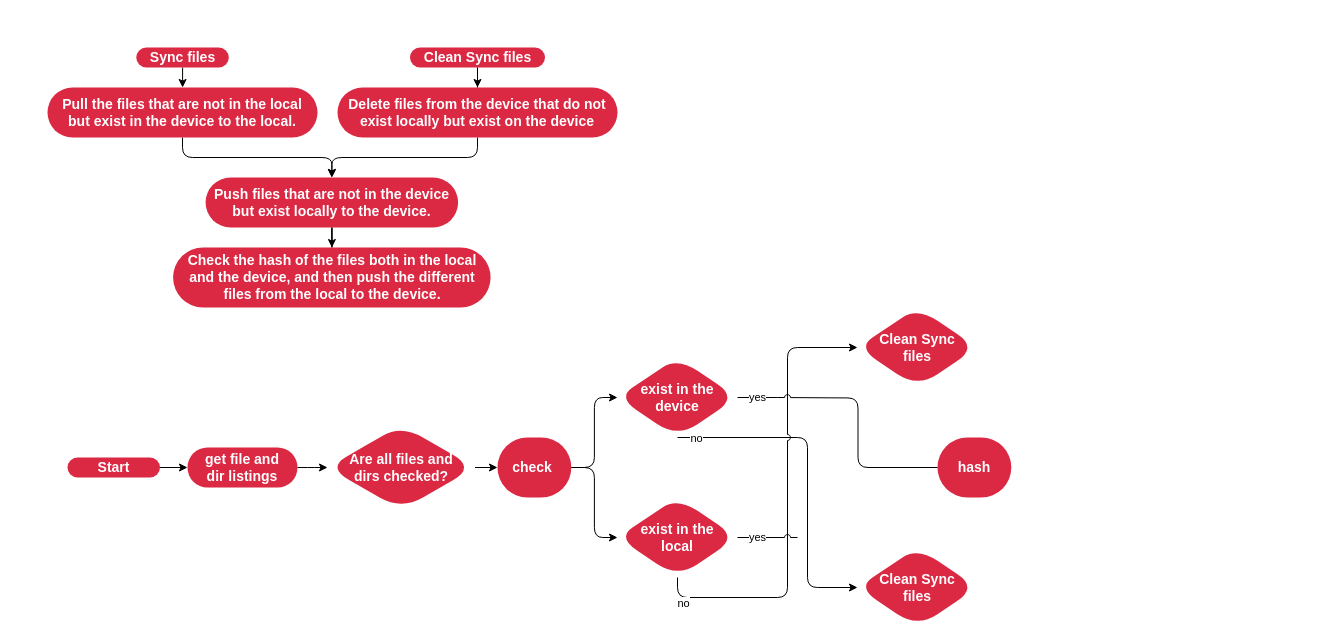
This is page "flowchart_sync_files" (4 of 5) of mpbridge.drawio from Wind-stormger/mpbridge-drawio, a draw.io file, before an edit. Source tidied: cells renumbered, new cells numbered last; positions are measured from the earlier drawing's top-left corner, leaving out a move shared by most shapes. Both pictures are drawn from the tidied source at 100%, with x=0, y=0 at pixel (47, 47).
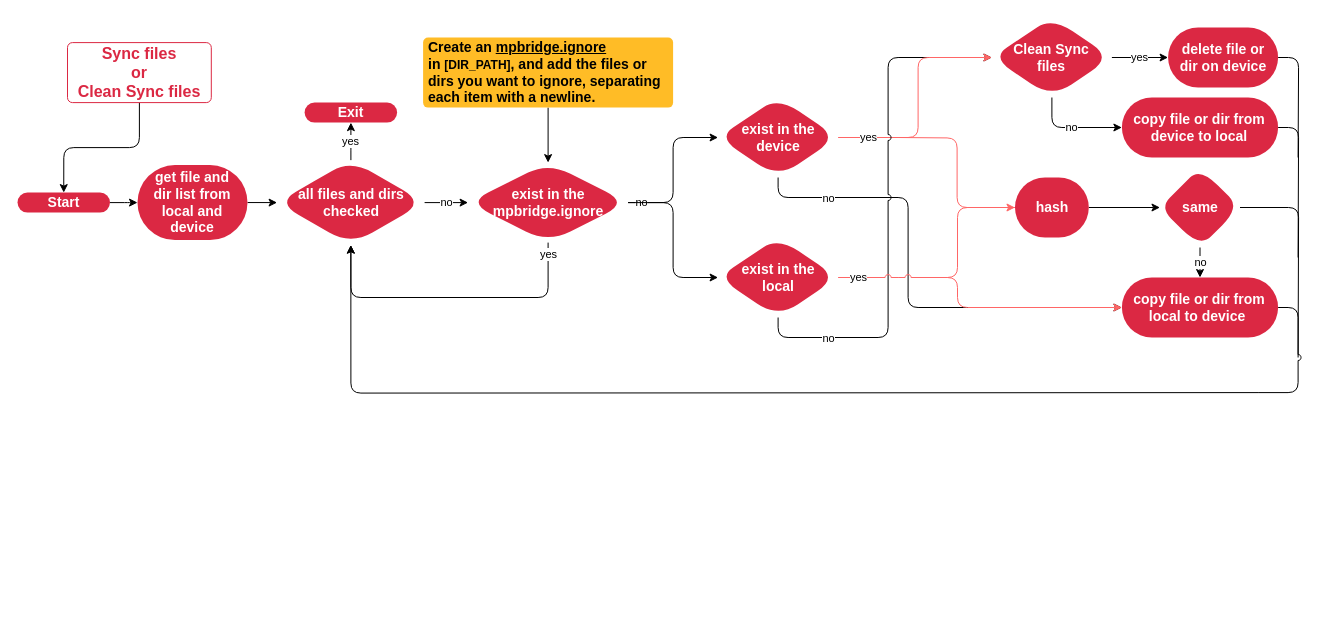
The same diagram, later.

Change to the diagram source:
```diff
@@
-    <mxCell id="2" style="edgeStyle=orthogonalEdgeStyle;rounded=0;jettySize=auto;html=1;fontColor=#000000;" parent="1" edge="1" source="3" target="7">
-      <mxGeometry relative="1" as="geometry" />
-    </mxCell>
-    <mxCell id="3" value="Sync files" style="rounded=1;whiteSpace=wrap;html=1;arcSize=50;strokeColor=none;strokeWidth=1;fillColor=#DB2843;fontColor=#FFFFFF;whiteSpace=wrap;align=center;verticalAlign=middle;spacingLeft=0;fontStyle=1;fontSize=14;spacing=10;fillStyle=auto;" parent="1" vertex="1">
-      <mxGeometry x="88.8" width="92.5" height="20" as="geometry" />
-    </mxCell>
-    <mxCell id="4" style="edgeStyle=orthogonalEdgeStyle;rounded=0;jettySize=auto;html=1;fontColor=#000000;" parent="1" edge="1" source="5" target="9">
-      <mxGeometry relative="1" as="geometry" />
-    </mxCell>
-    <mxCell id="5" value="Clean Sync files" style="whiteSpace=wrap;html=1;fontSize=14;fillColor=#DB2843;strokeColor=none;fontColor=#FFFFFF;rounded=1;arcSize=50;strokeWidth=1;spacingLeft=0;fontStyle=1;spacing=10;fillStyle=auto;" parent="1" vertex="1">
-      <mxGeometry x="362.5" width="135" height="20" as="geometry" />
-    </mxCell>
-    <mxCell id="6" style="edgeStyle=orthogonalEdgeStyle;rounded=1;jettySize=auto;html=1;exitX=0.5;exitY=1;exitDx=0;exitDy=0;entryX=0.5;entryY=0;entryDx=0;entryDy=0;fontColor=#000000;" parent="1" edge="1" source="7" target="11">
-      <mxGeometry relative="1" as="geometry" />
-    </mxCell>
-    <mxCell id="7" value="Pull the files that are not in the local but exist in the device to the local." style="whiteSpace=wrap;html=1;fontSize=14;fillColor=#db2843;strokeColor=none;fontColor=#FFFFFF;rounded=1;arcSize=50;strokeWidth=1;spacingLeft=0;fontStyle=1;spacing=10;fillStyle=auto;" parent="1" vertex="1">
-      <mxGeometry y="40" width="270" height="50" as="geometry" />
-    </mxCell>
-    <mxCell id="8" style="edgeStyle=orthogonalEdgeStyle;rounded=1;jettySize=auto;html=1;exitX=0.5;exitY=1;exitDx=0;exitDy=0;entryX=0.5;entryY=0;entryDx=0;entryDy=0;fontColor=#000000;" parent="1" edge="1" source="9" target="11">
-      <mxGeometry relative="1" as="geometry" />
-    </mxCell>
-    <mxCell id="9" value="Delete files from the device that do not exist locally but exist on the device" style="whiteSpace=wrap;html=1;fontSize=14;fillColor=#db2843;strokeColor=none;fontColor=#FFFFFF;rounded=1;arcSize=50;strokeWidth=1;spacingLeft=0;fontStyle=1;spacing=10;fillStyle=auto;" parent="1" vertex="1">
-      <mxGeometry x="290" y="40" width="280" height="50" as="geometry" />
-    </mxCell>
-    <mxCell id="10" style="edgeStyle=orthogonalEdgeStyle;rounded=0;jettySize=auto;html=1;fontColor=#000000;" parent="1" edge="1" source="11" target="12">
-      <mxGeometry relative="1" as="geometry" />
-    </mxCell>
-    <mxCell id="11" value="Push files that are not in the device but exist locally to the device." style="whiteSpace=wrap;html=1;fontSize=14;fillColor=#db2843;strokeColor=none;fontColor=#FFFFFF;rounded=1;arcSize=50;strokeWidth=1;spacingLeft=0;fontStyle=1;spacing=10;fillStyle=auto;" parent="1" vertex="1">
-      <mxGeometry x="158.1" y="130" width="252.5" height="50" as="geometry" />
-    </mxCell>
-    <mxCell id="12" value="Check the hash of the files both in the local and the device,&amp;nbsp;and then push the different files from the local to the device." style="whiteSpace=wrap;html=1;fontSize=14;fillColor=#db2843;strokeColor=none;fontColor=#FFFFFF;rounded=1;arcSize=50;strokeWidth=1;spacingLeft=0;fontStyle=1;spacing=10;fillStyle=auto;" parent="1" vertex="1">
-      <mxGeometry x="125.6" y="200" width="317.5" height="60" as="geometry" />
-    </mxCell>
@@
     <mxCell id="14" value="Start" style="rounded=1;whiteSpace=wrap;html=1;arcSize=50;strokeColor=none;strokeWidth=1;fillColor=#DB2843;fontColor=#FFFFFF;whiteSpace=wrap;align=center;verticalAlign=middle;spacingLeft=0;fontStyle=1;fontSize=14;spacing=10;fillStyle=auto;" parent="1" vertex="1">
-      <mxGeometry x="20" y="410" width="92.5" height="20" as="geometry" />
+      <mxGeometry x="-30" y="145.1" width="92.5" height="20" as="geometry" />
     </mxCell>
-    <mxCell id="15" style="edgeStyle=orthogonalEdgeStyle;rounded=1;jettySize=auto;html=1;" parent="1" edge="1" source="16" target="29">
+    <mxCell id="15" style="edgeStyle=orthogonalEdgeStyle;rounded=1;jumpStyle=arc;jettySize=auto;html=1;exitX=1;exitY=0.5;exitDx=0;exitDy=0;entryX=0;entryY=0.5;entryDx=0;entryDy=0;strokeColor=#000000;endArrow=classic;endFill=1;" parent="1" edge="1" source="16" target="29">
       <mxGeometry relative="1" as="geometry" />
     </mxCell>
-    <mxCell id="16" value="get file and dir listings" style="whiteSpace=wrap;html=1;fontSize=14;fillColor=#DB2843;strokeColor=none;fontColor=#FFFFFF;rounded=1;arcSize=50;strokeWidth=1;spacingLeft=0;fontStyle=1;spacing=10;fillStyle=auto;" parent="1" vertex="1">
-      <mxGeometry x="140" y="400" width="110" height="40" as="geometry" />
+    <mxCell id="16" value="get file and dir list from local and&lt;br&gt;device" style="whiteSpace=wrap;html=1;fontSize=14;fillColor=#DB2843;strokeColor=none;fontColor=#FFFFFF;rounded=1;arcSize=50;strokeWidth=1;spacingLeft=0;fontStyle=1;spacing=10;fillStyle=auto;" parent="1" vertex="1">
+      <mxGeometry x="90" y="117.6" width="110" height="74.9" as="geometry" />
     </mxCell>
+    <mxCell id="34" value="yes" style="edgeStyle=orthogonalEdgeStyle;rounded=1;jumpStyle=arc;jettySize=auto;html=1;strokeColor=#000000;endArrow=classic;endFill=1;" parent="1" edge="1" source="17" target="41">
+      <mxGeometry relative="1" as="geometry" />
+    </mxCell>
+    <mxCell id="35" value="no" style="edgeStyle=orthogonalEdgeStyle;rounded=1;jumpStyle=arc;jettySize=auto;html=1;exitX=0.5;exitY=1;exitDx=0;exitDy=0;entryX=0;entryY=0.5;entryDx=0;entryDy=0;strokeColor=#000000;endArrow=classic;endFill=1;" parent="1" edge="1" source="17" target="43">
+      <mxGeometry relative="1" as="geometry" />
+    </mxCell>
     <mxCell id="17" value="Clean Sync files" style="rhombus;whiteSpace=wrap;html=1;fontSize=14;fillColor=#DB2843;strokeColor=none;fontColor=#FFFFFF;rounded=1;arcSize=50;strokeWidth=1;spacingLeft=0;fontStyle=1;spacing=10;fillStyle=auto;" parent="1" vertex="1">
-      <mxGeometry x="810" y="260" width="120" height="80" as="geometry" />
+      <mxGeometry x="944.4" y="-30" width="120" height="80" as="geometry" />
     </mxCell>
-    <mxCell id="18" style="edgeStyle=orthogonalEdgeStyle;rounded=1;jettySize=auto;html=1;exitX=1;exitY=0.5;exitDx=0;exitDy=0;entryX=0;entryY=0.5;entryDx=0;entryDy=0;" parent="1" edge="1" source="20" target="24">
-      <mxGeometry relative="1" as="geometry" />
-    </mxCell>
-    <mxCell id="19" style="edgeStyle=orthogonalEdgeStyle;rounded=1;jettySize=auto;html=1;exitX=1;exitY=0.5;exitDx=0;exitDy=0;" parent="1" edge="1" source="20" target="27">
-      <mxGeometry relative="1" as="geometry" />
-    </mxCell>
-    <mxCell id="20" value="check&amp;nbsp;" style="whiteSpace=wrap;html=1;fontSize=14;fillColor=#DB2843;strokeColor=none;fontColor=#FFFFFF;rounded=1;arcSize=50;strokeWidth=1;spacingLeft=0;fontStyle=1;spacing=10;fillStyle=auto;" parent="1" vertex="1">
-      <mxGeometry x="450" y="390" width="73.8" height="60" as="geometry" />
-    </mxCell>
-    <mxCell id="21" style="edgeStyle=orthogonalEdgeStyle;rounded=1;jettySize=auto;html=1;exitX=0.5;exitY=1;exitDx=0;exitDy=0;entryX=0;entryY=0.5;entryDx=0;entryDy=0;jumpStyle=arc;" parent="1" edge="1" source="24" target="30">
+    <mxCell id="21" style="edgeStyle=orthogonalEdgeStyle;rounded=1;jettySize=auto;html=1;exitX=0.5;exitY=1;exitDx=0;exitDy=0;entryX=0;entryY=0.5;entryDx=0;entryDy=0;jumpStyle=arc;" parent="1" edge="1" source="24" target="49">
       <mxGeometry relative="1" as="geometry">
         <Array as="points">
-          <mxPoint x="760" y="390" />
-          <mxPoint x="760" y="540" />
+          <mxPoint x="730.6" y="150" />
+          <mxPoint x="860.6" y="150" />
+          <mxPoint x="860.6" y="260" />
         </Array>
       </mxGeometry>
     </mxCell>
     <mxCell id="22" value="no" style="edgeLabel;html=1;align=center;verticalAlign=middle;" parent="21" vertex="1">
       <mxGeometry x="-0.58" y="1" relative="1" as="geometry">
-        <mxPoint x="-51" y="1" as="offset" />
+        <mxPoint x="-29" y="1" as="offset" />
       </mxGeometry>
     </mxCell>
-    <mxCell id="23" value="yes" style="edgeStyle=orthogonalEdgeStyle;rounded=1;jumpStyle=arc;jettySize=auto;html=1;exitX=1;exitY=0.5;exitDx=0;exitDy=0;endArrow=none;endFill=0;" parent="1" edge="1" source="24">
+    <mxCell id="23" value="yes" style="edgeStyle=orthogonalEdgeStyle;rounded=1;jumpStyle=arc;jettySize=auto;html=1;exitX=1;exitY=0.5;exitDx=0;exitDy=0;endArrow=none;endFill=0;strokeColor=#FF6666;" parent="1" edge="1" source="24">
       <mxGeometry relative="1" as="geometry">
-        <mxPoint x="730" y="350" as="targetPoint" />
+        <mxPoint x="850.6" y="90" as="targetPoint" />
       </mxGeometry>
     </mxCell>
     <mxCell id="24" value="exist in the device" style="rhombus;whiteSpace=wrap;html=1;fontSize=14;fillColor=#DB2843;strokeColor=none;fontColor=#FFFFFF;rounded=1;arcSize=50;strokeWidth=1;spacingLeft=0;fontStyle=1;spacing=10;fillStyle=auto;" parent="1" vertex="1">
-      <mxGeometry x="570" y="310" width="120" height="80" as="geometry" />
+      <mxGeometry x="670.6" y="50" width="120" height="80" as="geometry" />
     </mxCell>
-    <mxCell id="25" style="edgeStyle=orthogonalEdgeStyle;rounded=1;jettySize=auto;html=1;exitX=0.5;exitY=1;exitDx=0;exitDy=0;entryX=0;entryY=0.5;entryDx=0;entryDy=0;jumpStyle=arc;" parent="1" edge="1" source="27" target="17">
+    <mxCell id="25" style="edgeStyle=orthogonalEdgeStyle;rounded=1;jettySize=auto;html=1;exitX=0.5;exitY=1;exitDx=0;exitDy=0;entryX=0;entryY=0.5;entryDx=0;entryDy=0;jumpStyle=arc;strokeColor=#000000;" parent="1" edge="1" source="27" target="17">
       <mxGeometry relative="1" as="geometry">
         <Array as="points">
-          <mxPoint x="630" y="550" />
-          <mxPoint x="740" y="550" />
-          <mxPoint x="740" y="300" />
+          <mxPoint x="730.6" y="290" />
+          <mxPoint x="840.6" y="290" />
+          <mxPoint x="840.6" y="10" />
         </Array>
       </mxGeometry>
     </mxCell>
     <mxCell id="26" value="no" style="edgeLabel;html=1;align=center;verticalAlign=middle;" parent="25" vertex="1">
       <mxGeometry x="-0.51" y="-1" relative="1" as="geometry">
-        <mxPoint x="-85" y="4" as="offset" />
+        <mxPoint x="-56" y="-1" as="offset" />
       </mxGeometry>
     </mxCell>
     <mxCell id="27" value="exist in the local" style="rhombus;whiteSpace=wrap;html=1;fontSize=14;fillColor=#DB2843;strokeColor=none;fontColor=#FFFFFF;rounded=1;arcSize=50;strokeWidth=1;spacingLeft=0;fontStyle=1;spacing=10;fillStyle=auto;" parent="1" vertex="1">
-      <mxGeometry x="570" y="450" width="120" height="80" as="geometry" />
+      <mxGeometry x="670.6" y="190" width="120" height="80" as="geometry" />
     </mxCell>
-    <mxCell id="28" style="edgeStyle=orthogonalEdgeStyle;rounded=1;jettySize=auto;html=1;" parent="1" edge="1" source="29" target="20">
+    <mxCell id="28" value="no" style="edgeStyle=orthogonalEdgeStyle;rounded=1;jettySize=auto;html=1;entryX=0;entryY=0.5;entryDx=0;entryDy=0;" parent="1" edge="1" source="29" target="55">
       <mxGeometry relative="1" as="geometry" />
     </mxCell>
+    <mxCell id="36" value="yes" style="edgeStyle=orthogonalEdgeStyle;rounded=1;jumpStyle=arc;jettySize=auto;html=1;strokeColor=#000000;endArrow=classic;endFill=1;" parent="1" edge="1" source="29" target="47">
+      <mxGeometry relative="1" as="geometry" />
+    </mxCell>
-    <mxCell id="29" value="Are all files and dirs checked?" style="rhombus;whiteSpace=wrap;html=1;fontSize=14;fillColor=#DB2843;strokeColor=none;fontColor=#FFFFFF;rounded=1;arcSize=50;strokeWidth=1;spacingLeft=0;fontStyle=1;spacing=10;fillStyle=auto;" parent="1" vertex="1">
-      <mxGeometry x="280" y="377.5" width="147.5" height="85" as="geometry" />
+    <mxCell id="29" value="all files and dirs checked" style="rhombus;whiteSpace=wrap;html=1;fontSize=14;fillColor=#DB2843;strokeColor=none;fontColor=#FFFFFF;rounded=1;arcSize=50;strokeWidth=1;spacingLeft=0;fontStyle=1;spacing=10;fillStyle=auto;" parent="1" vertex="1">
+      <mxGeometry x="229.6" y="112.6" width="147.5" height="85" as="geometry" />
     </mxCell>
-    <mxCell id="30" value="Clean Sync files" style="rhombus;whiteSpace=wrap;html=1;fontSize=14;fillColor=#DB2843;strokeColor=none;fontColor=#FFFFFF;rounded=1;arcSize=50;strokeWidth=1;spacingLeft=0;fontStyle=1;spacing=10;fillStyle=auto;" parent="1" vertex="1">
-      <mxGeometry x="810" y="500" width="120" height="80" as="geometry" />
-    </mxCell>
+    <mxCell id="37" style="edgeStyle=orthogonalEdgeStyle;rounded=1;jumpStyle=arc;jettySize=auto;html=1;strokeColor=#000000;endArrow=classic;endFill=1;" parent="1" edge="1" source="31" target="46">
+      <mxGeometry relative="1" as="geometry" />
+    </mxCell>
     <mxCell id="31" value="hash" style="whiteSpace=wrap;html=1;fontSize=14;fillColor=#DB2843;strokeColor=none;fontColor=#FFFFFF;rounded=1;arcSize=50;strokeWidth=1;spacingLeft=0;fontStyle=1;spacing=10;fillStyle=auto;" parent="1" vertex="1">
-      <mxGeometry x="890" y="390" width="73.8" height="60" as="geometry" />
+      <mxGeometry x="967.5" y="130" width="73.8" height="60" as="geometry" />
     </mxCell>
-    <mxCell id="32" value="yes" style="edgeStyle=orthogonalEdgeStyle;rounded=1;jumpStyle=arc;jettySize=auto;html=1;exitX=1;exitY=0.5;exitDx=0;exitDy=0;endArrow=none;endFill=0;" parent="1" edge="1" source="27">
+    <mxCell id="32" value="yes" style="edgeStyle=orthogonalEdgeStyle;rounded=1;jumpStyle=arc;jettySize=auto;html=1;exitX=1;exitY=0.5;exitDx=0;exitDy=0;endArrow=none;endFill=0;strokeColor=#FF6666;" parent="1" edge="1" source="27">
       <mxGeometry x="-0.33" relative="1" as="geometry">
-        <mxPoint x="750" y="490" as="targetPoint" />
+        <mxPoint x="850.6" y="230" as="targetPoint" />
         <Array as="points">
-          <mxPoint x="710" y="490" />
-          <mxPoint x="710" y="490" />
+          <mxPoint x="810.6" y="230" />
+          <mxPoint x="810.6" y="230" />
         </Array>
       </mxGeometry>
     </mxCell>
-    <mxCell id="33" style="endArrow=none;html=1;rounded=1;jumpStyle=arc;entryX=0;entryY=0.5;entryDx=0;entryDy=0;edgeStyle=orthogonalEdgeStyle;" parent="1" edge="1" target="31">
+    <mxCell id="33" style="endArrow=none;html=1;rounded=1;jumpStyle=arc;entryX=0;entryY=0.5;entryDx=0;entryDy=0;edgeStyle=orthogonalEdgeStyle;strokeColor=#FF6666;" parent="1" edge="1" target="31">
       <mxGeometry relative="1" as="geometry">
-        <mxPoint x="730" y="350" as="sourcePoint" />
+        <mxPoint x="850.6" y="90" as="sourcePoint" />
       </mxGeometry>
     </mxCell>
+    <mxCell id="38" style="endArrow=classic;html=1;rounded=1;jumpStyle=arc;entryX=0;entryY=0.5;entryDx=0;entryDy=0;edgeStyle=orthogonalEdgeStyle;endFill=1;strokeColor=#FF6666;" parent="1" edge="1" target="31">
+      <mxGeometry relative="1" as="geometry">
+        <mxPoint x="850.6" y="230" as="sourcePoint" />
+        <Array as="points">
+          <mxPoint x="910" y="230" />
+          <mxPoint x="910" y="160" />
+        </Array>
+      </mxGeometry>
+    </mxCell>
+    <mxCell id="39" style="endArrow=classic;html=1;rounded=1;jumpStyle=arc;edgeStyle=orthogonalEdgeStyle;strokeColor=#FF6666;entryX=0;entryY=0.5;entryDx=0;entryDy=0;" parent="1" edge="1" target="17">
+      <mxGeometry relative="1" as="geometry">
+        <mxPoint x="850.6" y="90" as="sourcePoint" />
+        <Array as="points">
+          <mxPoint x="870.6" y="90" />
+          <mxPoint x="870.6" y="10" />
+        </Array>
+      </mxGeometry>
+    </mxCell>
+    <mxCell id="40" style="edgeStyle=orthogonalEdgeStyle;rounded=1;jumpStyle=arc;jettySize=auto;html=1;exitX=1;exitY=0.5;exitDx=0;exitDy=0;strokeColor=#000000;endArrow=none;endFill=0;" parent="1" edge="1" source="41">
+      <mxGeometry relative="1" as="geometry">
+        <mxPoint x="1250.6" y="110" as="targetPoint" />
+      </mxGeometry>
+    </mxCell>
+    <mxCell id="41" value="delete file or dir on device" style="whiteSpace=wrap;html=1;fontSize=14;fillColor=#DB2843;strokeColor=none;fontColor=#FFFFFF;rounded=1;arcSize=50;strokeWidth=1;spacingLeft=0;fontStyle=1;spacing=10;fillStyle=auto;" parent="1" vertex="1">
+      <mxGeometry x="1120.6" y="-20" width="110" height="60" as="geometry" />
+    </mxCell>
+    <mxCell id="42" style="edgeStyle=orthogonalEdgeStyle;rounded=1;jumpStyle=arc;jettySize=auto;html=1;exitX=1;exitY=0.5;exitDx=0;exitDy=0;strokeColor=#000000;endArrow=none;endFill=0;" parent="1" edge="1" source="43">
+      <mxGeometry relative="1" as="geometry">
+        <mxPoint x="1250.6" y="210" as="targetPoint" />
+      </mxGeometry>
+    </mxCell>
+    <mxCell id="43" value="copy file or dir from device to local" style="whiteSpace=wrap;html=1;fontSize=14;fillColor=#DB2843;strokeColor=none;fontColor=#FFFFFF;rounded=1;arcSize=50;strokeWidth=1;spacingLeft=0;fontStyle=1;spacing=10;fillStyle=auto;" parent="1" vertex="1">
+      <mxGeometry x="1074.4" y="50" width="156.2" height="60" as="geometry" />
+    </mxCell>
+    <mxCell id="44" value="no" style="edgeStyle=orthogonalEdgeStyle;rounded=1;jumpStyle=arc;jettySize=auto;html=1;strokeColor=#000000;endArrow=classic;endFill=1;" parent="1" edge="1" source="46" target="49">
+      <mxGeometry relative="1" as="geometry" />
+    </mxCell>
+    <mxCell id="45" style="edgeStyle=orthogonalEdgeStyle;rounded=1;jumpStyle=arc;jettySize=auto;html=1;exitX=1;exitY=0.5;exitDx=0;exitDy=0;strokeColor=#000000;endArrow=none;endFill=0;" parent="1" edge="1" source="46">
+      <mxGeometry relative="1" as="geometry">
+        <mxPoint x="1250.6" y="310" as="targetPoint" />
+      </mxGeometry>
+    </mxCell>
+    <mxCell id="46" value="same" style="rhombus;whiteSpace=wrap;html=1;fontSize=14;fillColor=#DB2843;strokeColor=none;fontColor=#FFFFFF;rounded=1;arcSize=50;strokeWidth=1;spacingLeft=0;fontStyle=1;spacing=10;fillStyle=auto;" parent="1" vertex="1">
+      <mxGeometry x="1112.5" y="120" width="80" height="80" as="geometry" />
+    </mxCell>
+    <mxCell id="47" value="Exit" style="rounded=1;whiteSpace=wrap;html=1;arcSize=50;strokeColor=none;strokeWidth=1;fillColor=#DB2843;fontColor=#FFFFFF;whiteSpace=wrap;align=center;verticalAlign=middle;spacingLeft=0;fontStyle=1;fontSize=14;spacing=10;fillStyle=auto;" parent="1" vertex="1">
+      <mxGeometry x="257.1" y="55.1" width="92.5" height="20" as="geometry" />
+    </mxCell>
+    <mxCell id="48" style="edgeStyle=orthogonalEdgeStyle;rounded=1;jumpStyle=arc;jettySize=auto;html=1;exitX=1;exitY=0.5;exitDx=0;exitDy=0;strokeColor=#000000;endArrow=none;endFill=0;" parent="1" edge="1" source="49">
+      <mxGeometry relative="1" as="geometry">
+        <mxPoint x="1210.6" y="345.1" as="targetPoint" />
+        <Array as="points">
+          <mxPoint x="1250.6" y="260.1" />
+          <mxPoint x="1250.6" y="345.1" />
+        </Array>
+      </mxGeometry>
+    </mxCell>
+    <mxCell id="49" value="copy file or dir from local to device&amp;nbsp;" style="whiteSpace=wrap;html=1;fontSize=14;fillColor=#DB2843;strokeColor=none;fontColor=#FFFFFF;rounded=1;arcSize=50;strokeWidth=1;spacingLeft=0;fontStyle=1;spacing=10;fillStyle=auto;" parent="1" vertex="1">
+      <mxGeometry x="1074.4" y="230" width="156.2" height="60" as="geometry" />
+    </mxCell>
+    <mxCell id="50" style="endArrow=classic;html=1;rounded=1;strokeColor=#FF6666;jumpStyle=arc;entryX=0;entryY=0.5;entryDx=0;entryDy=0;edgeStyle=orthogonalEdgeStyle;" parent="1" edge="1" target="49">
+      <mxGeometry relative="1" as="geometry">
+        <mxPoint x="870.6" y="230" as="sourcePoint" />
+        <Array as="points">
+          <mxPoint x="910" y="230" />
+          <mxPoint x="910" y="260" />
+        </Array>
+      </mxGeometry>
+    </mxCell>
+    <mxCell id="51" style="endArrow=classic;html=1;rounded=1;strokeColor=#000000;jumpStyle=arc;entryX=0.5;entryY=1;entryDx=0;entryDy=0;edgeStyle=orthogonalEdgeStyle;" parent="1" edge="1" target="29">
+      <mxGeometry relative="1" as="geometry">
+        <mxPoint x="1210.6" y="345.1" as="sourcePoint" />
+      </mxGeometry>
+    </mxCell>
+    <mxCell id="52" value="no" style="edgeStyle=orthogonalEdgeStyle;rounded=1;jumpStyle=arc;jettySize=auto;html=1;strokeColor=#000000;endArrow=classic;endFill=1;entryX=0;entryY=0.5;entryDx=0;entryDy=0;" parent="1" edge="1" source="55" target="24">
+      <mxGeometry x="-0.83" relative="1" as="geometry" />
+    </mxCell>
+    <mxCell id="53" style="edgeStyle=orthogonalEdgeStyle;rounded=1;jumpStyle=arc;jettySize=auto;html=1;exitX=1;exitY=0.5;exitDx=0;exitDy=0;entryX=0;entryY=0.5;entryDx=0;entryDy=0;strokeColor=#000000;endArrow=classic;endFill=1;" parent="1" edge="1" source="55" target="27">
+      <mxGeometry relative="1" as="geometry" />
+    </mxCell>
+    <mxCell id="54" value="yes" style="edgeStyle=orthogonalEdgeStyle;rounded=1;jumpStyle=arc;jettySize=auto;html=1;exitX=0.5;exitY=1;exitDx=0;exitDy=0;strokeColor=#000000;endArrow=classic;endFill=1;entryX=0.5;entryY=1;entryDx=0;entryDy=0;" parent="1" edge="1" source="55" target="29">
+      <mxGeometry x="-0.92" relative="1" as="geometry">
+        <Array as="points">
+          <mxPoint x="501" y="250" />
+          <mxPoint x="303" y="250" />
+        </Array>
+      </mxGeometry>
+    </mxCell>
+    <mxCell id="55" value="exist in the mpbridge.ignore" style="rhombus;whiteSpace=wrap;html=1;fontSize=14;fillColor=#DB2843;strokeColor=none;fontColor=#FFFFFF;rounded=1;arcSize=50;strokeWidth=1;spacingLeft=0;fontStyle=1;spacing=10;fillStyle=auto;" parent="1" vertex="1">
+      <mxGeometry x="420.6" y="115.1" width="160" height="80" as="geometry" />
+    </mxCell>
+    <mxCell id="56" style="edgeStyle=orthogonalEdgeStyle;rounded=1;jumpStyle=arc;jettySize=auto;html=1;entryX=0.5;entryY=0;entryDx=0;entryDy=0;strokeColor=#000000;endArrow=classic;endFill=1;" parent="1" edge="1" source="57" target="14">
+      <mxGeometry relative="1" as="geometry" />
+    </mxCell>
+    <mxCell id="57" value="&lt;b&gt;Sync files &lt;br&gt;or &lt;br&gt;Clean Sync files&lt;/b&gt;" style="html=1;shadow=0;dashed=0;shape=mxgraph.bootstrap.rrect;rSize=5;strokeColor=#DB2843;strokeWidth=1;fillColor=none;fontColor=#DB2843;whiteSpace=wrap;align=center;verticalAlign=middle;spacingLeft=0;fontStyle=0;fontSize=16;spacing=5;" parent="1" vertex="1">
+      <mxGeometry x="20" y="-4.9" width="143.8" height="60" as="geometry" />
+    </mxCell>
+    <mxCell id="58" style="edgeStyle=orthogonalEdgeStyle;rounded=1;jumpStyle=arc;jettySize=auto;html=1;strokeColor=#000000;fontColor=#000000;endArrow=classic;endFill=1;" parent="1" edge="1" source="59" target="55">
+      <mxGeometry relative="1" as="geometry" />
+    </mxCell>
+    <mxCell id="59" value="Create an &lt;u&gt;mpbridge.ignore&lt;/u&gt; in&amp;nbsp;&lt;span style=&quot;border-color: var(--border-color); font-size: 12px; text-align: center;&quot;&gt;&lt;font style=&quot;border-color: var(--border-color);&quot;&gt;[DIR_PATH]&lt;/font&gt;&lt;/span&gt;, and add the files or dirs you want to ignore, separating each item with a newline." style="html=1;shadow=0;dashed=0;shape=mxgraph.bootstrap.rrect;rSize=5;strokeColor=none;strokeWidth=1;fillColor=#FFBC26;fontColor=#000000;whiteSpace=wrap;align=left;verticalAlign=middle;spacingLeft=0;fontStyle=1;fontSize=14;spacing=5;" parent="1" vertex="1">
+      <mxGeometry x="375.6" y="-9.9" width="250" height="70" as="geometry" />
+    </mxCell>
```
